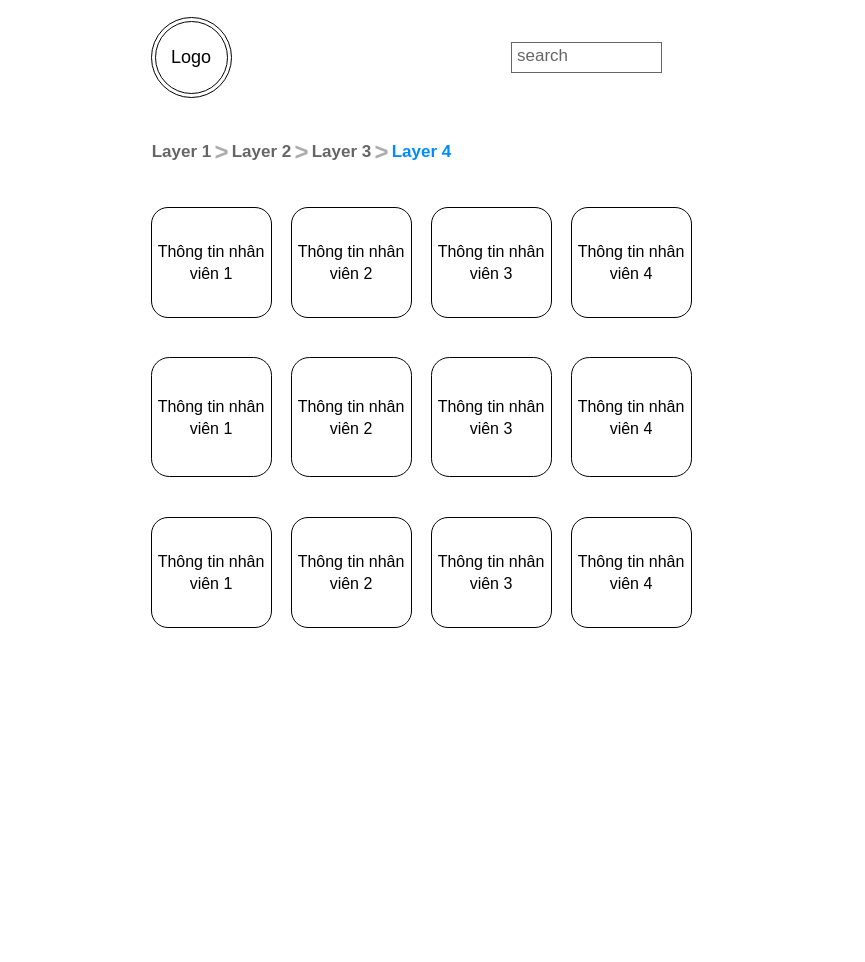
The draw.io diagram page "Page-1" (1 of 4) of src/product template.drawio in nguyenphuong13th/FUNIXReactJSASM1, before the edit. Source tidied: cells renumbered, new cells numbered last; positions are measured from the earlier drawing's top-left corner, leaving out a move shared by most shapes. Both pictures are drawn from the tidied source at 100%, with x=0, y=0 at pixel (151, 17).
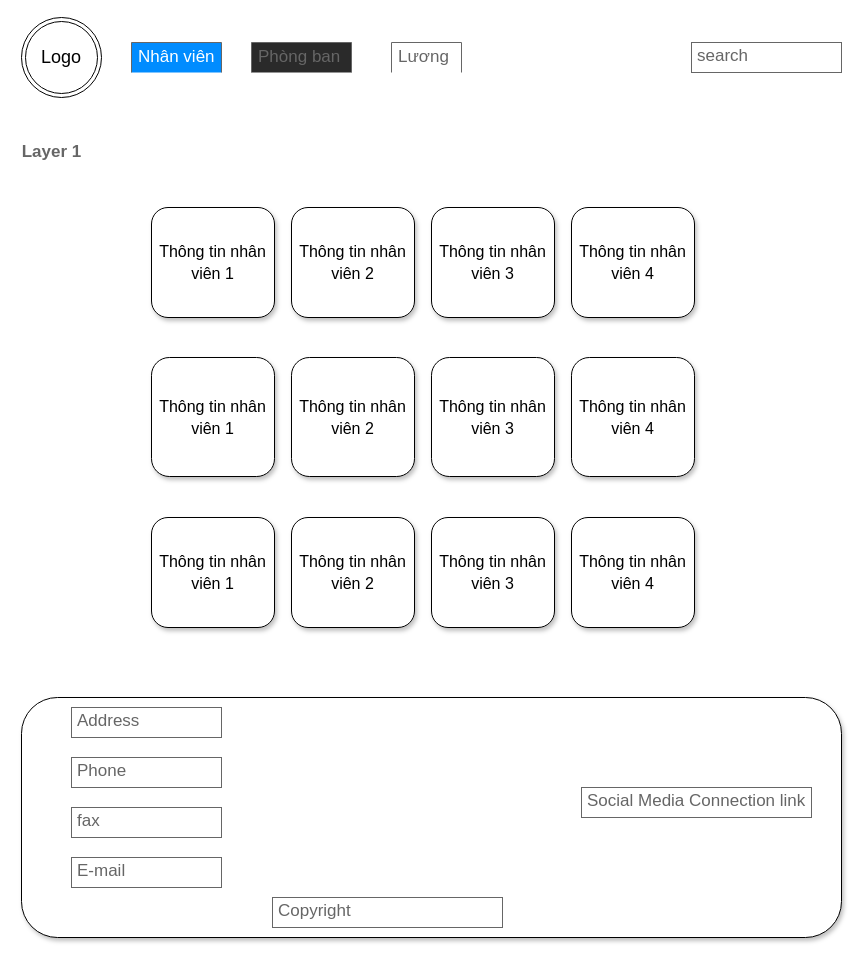
The same diagram, later.

Diff of the diagram source:
```diff
@@
     <mxCell id="2" value="&lt;font style=&quot;font-size: 18px&quot;&gt;Logo&lt;/font&gt;" style="ellipse;shape=doubleEllipse;whiteSpace=wrap;html=1;" parent="1" vertex="1">
-      <mxGeometry width="80" height="80" as="geometry" />
+      <mxGeometry x="-130" width="80" height="80" as="geometry" />
     </mxCell>
     <mxCell id="3" value="Layer 1" style="strokeWidth=1;shadow=0;dashed=0;align=center;html=1;shape=mxgraph.mockup.navigation.anchor;fontSize=17;fontColor=#666666;fontStyle=1;" parent="1" vertex="1">
-      <mxGeometry y="120" width="60" height="30" as="geometry" />
+      <mxGeometry x="-130" y="120" width="60" height="30" as="geometry" />
     </mxCell>
-    <mxCell id="4" value="&gt;" style="strokeWidth=1;shadow=0;dashed=0;align=center;html=1;shape=mxgraph.mockup.navigation.anchor;fontSize=24;fontColor=#aaaaaa;fontStyle=1;" parent="1" vertex="1">
-      <mxGeometry x="60" y="120" width="20" height="30" as="geometry" />
-    </mxCell>
-    <mxCell id="5" value="Layer 2" style="strokeWidth=1;shadow=0;dashed=0;align=center;html=1;shape=mxgraph.mockup.navigation.anchor;fontSize=17;fontColor=#666666;fontStyle=1;" parent="1" vertex="1">
-      <mxGeometry x="80" y="120" width="60" height="30" as="geometry" />
-    </mxCell>
-    <mxCell id="6" value="&gt;" style="strokeWidth=1;shadow=0;dashed=0;align=center;html=1;shape=mxgraph.mockup.navigation.anchor;fontSize=24;fontColor=#aaaaaa;fontStyle=1;" parent="1" vertex="1">
-      <mxGeometry x="140" y="120" width="20" height="30" as="geometry" />
-    </mxCell>
-    <mxCell id="7" value="Layer 3" style="strokeWidth=1;shadow=0;dashed=0;align=center;html=1;shape=mxgraph.mockup.navigation.anchor;fontSize=17;fontColor=#666666;fontStyle=1;" parent="1" vertex="1">
-      <mxGeometry x="160" y="120" width="60" height="30" as="geometry" />
-    </mxCell>
-    <mxCell id="8" value="&gt;" style="strokeWidth=1;shadow=0;dashed=0;align=center;html=1;shape=mxgraph.mockup.navigation.anchor;fontSize=24;fontColor=#aaaaaa;fontStyle=1;" parent="1" vertex="1">
-      <mxGeometry x="220" y="120" width="20" height="30" as="geometry" />
-    </mxCell>
-    <mxCell id="9" value="Layer 4" style="strokeWidth=1;shadow=0;dashed=0;align=center;html=1;shape=mxgraph.mockup.navigation.anchor;fontSize=17;fontColor=#008cff;fontStyle=1;" parent="1" vertex="1">
-      <mxGeometry x="240" y="120" width="60" height="30" as="geometry" />
-    </mxCell>
     <mxCell id="10" value="search" style="strokeWidth=1;shadow=0;dashed=0;align=center;html=1;shape=mxgraph.mockup.text.textBox;fontColor=#666666;align=left;fontSize=17;spacingLeft=4;spacingTop=-3;strokeColor=#666666;mainText=;" parent="1" vertex="1">
-      <mxGeometry x="360" y="25" width="150" height="30" as="geometry" />
+      <mxGeometry x="540" y="25" width="150" height="30" as="geometry" />
     </mxCell>
-    <mxCell id="11" value="&lt;font size=&quot;3&quot;&gt;Thông tin nhân viên 1&lt;/font&gt;" style="rounded=1;whiteSpace=wrap;html=1;fontSize=18;" parent="1" vertex="1">
-      <mxGeometry y="190" width="120" height="110" as="geometry" />
+    <mxCell id="11" value="&lt;font size=&quot;3&quot;&gt;Thông tin nhân viên 1&lt;/font&gt;" style="rounded=1;whiteSpace=wrap;html=1;fontSize=18;shadow=1;" parent="1" vertex="1">
+      <mxGeometry y="190" width="123" height="110" as="geometry" />
     </mxCell>
-    <mxCell id="12" value="&lt;font size=&quot;3&quot;&gt;Thông tin nhân viên 2&lt;/font&gt;" style="rounded=1;whiteSpace=wrap;html=1;fontSize=18;" parent="1" vertex="1">
-      <mxGeometry x="140" y="190" width="120" height="110" as="geometry" />
+    <mxCell id="12" value="&lt;font size=&quot;3&quot;&gt;Thông tin nhân viên 2&lt;/font&gt;" style="rounded=1;whiteSpace=wrap;html=1;fontSize=18;shadow=1;" parent="1" vertex="1">
+      <mxGeometry x="140" y="190" width="123" height="110" as="geometry" />
     </mxCell>
-    <mxCell id="13" value="&lt;font size=&quot;3&quot;&gt;Thông tin nhân viên 3&lt;/font&gt;" style="rounded=1;whiteSpace=wrap;html=1;fontSize=18;" parent="1" vertex="1">
-      <mxGeometry x="280" y="190" width="120" height="110" as="geometry" />
+    <mxCell id="13" value="&lt;font size=&quot;3&quot;&gt;Thông tin nhân viên 3&lt;/font&gt;" style="rounded=1;whiteSpace=wrap;html=1;fontSize=18;shadow=1;" parent="1" vertex="1">
+      <mxGeometry x="280" y="190" width="123" height="110" as="geometry" />
     </mxCell>
-    <mxCell id="14" value="&lt;font size=&quot;3&quot;&gt;Thông tin nhân viên 4&lt;/font&gt;" style="rounded=1;whiteSpace=wrap;html=1;fontSize=18;" parent="1" vertex="1">
-      <mxGeometry x="420" y="190" width="120" height="110" as="geometry" />
+    <mxCell id="14" value="&lt;font size=&quot;3&quot;&gt;Thông tin nhân viên 4&lt;/font&gt;" style="rounded=1;whiteSpace=wrap;html=1;fontSize=18;shadow=1;" parent="1" vertex="1">
+      <mxGeometry x="420" y="190" width="123" height="110" as="geometry" />
     </mxCell>
-    <mxCell id="15" value="&lt;font size=&quot;3&quot;&gt;Thông tin nhân viên 1&lt;/font&gt;" style="rounded=1;whiteSpace=wrap;html=1;fontSize=18;" parent="1" vertex="1">
-      <mxGeometry y="340" width="120" height="119" as="geometry" />
+    <mxCell id="15" value="&lt;font size=&quot;3&quot;&gt;Thông tin nhân viên 1&lt;/font&gt;" style="rounded=1;whiteSpace=wrap;html=1;fontSize=18;shadow=1;" parent="1" vertex="1">
+      <mxGeometry y="340" width="123" height="119" as="geometry" />
     </mxCell>
-    <mxCell id="16" value="&lt;font size=&quot;3&quot;&gt;Thông tin nhân viên 2&lt;/font&gt;" style="rounded=1;whiteSpace=wrap;html=1;fontSize=18;" parent="1" vertex="1">
-      <mxGeometry x="140" y="340" width="120" height="119" as="geometry" />
+    <mxCell id="16" value="&lt;font size=&quot;3&quot;&gt;Thông tin nhân viên 2&lt;/font&gt;" style="rounded=1;whiteSpace=wrap;html=1;fontSize=18;shadow=1;" parent="1" vertex="1">
+      <mxGeometry x="140" y="340" width="123" height="119" as="geometry" />
     </mxCell>
-    <mxCell id="17" value="&lt;font size=&quot;3&quot;&gt;Thông tin nhân viên 3&lt;/font&gt;" style="rounded=1;whiteSpace=wrap;html=1;fontSize=18;" parent="1" vertex="1">
-      <mxGeometry x="280" y="340" width="120" height="119" as="geometry" />
+    <mxCell id="17" value="&lt;font size=&quot;3&quot;&gt;Thông tin nhân viên 3&lt;/font&gt;" style="rounded=1;whiteSpace=wrap;html=1;fontSize=18;shadow=1;" parent="1" vertex="1">
+      <mxGeometry x="280" y="340" width="123" height="119" as="geometry" />
     </mxCell>
-    <mxCell id="18" value="&lt;font size=&quot;3&quot;&gt;Thông tin nhân viên 4&lt;/font&gt;" style="rounded=1;whiteSpace=wrap;html=1;fontSize=18;" parent="1" vertex="1">
-      <mxGeometry x="420" y="340" width="120" height="119" as="geometry" />
+    <mxCell id="18" value="&lt;font size=&quot;3&quot;&gt;Thông tin nhân viên 4&lt;/font&gt;" style="rounded=1;whiteSpace=wrap;html=1;fontSize=18;shadow=1;" parent="1" vertex="1">
+      <mxGeometry x="420" y="340" width="123" height="119" as="geometry" />
     </mxCell>
-    <mxCell id="19" value="&lt;font size=&quot;3&quot;&gt;Thông tin nhân viên 1&lt;/font&gt;" style="rounded=1;whiteSpace=wrap;html=1;fontSize=18;" parent="1" vertex="1">
-      <mxGeometry y="500" width="120" height="110" as="geometry" />
+    <mxCell id="19" value="&lt;font size=&quot;3&quot;&gt;Thông tin nhân viên 1&lt;/font&gt;" style="rounded=1;whiteSpace=wrap;html=1;fontSize=18;shadow=1;" parent="1" vertex="1">
+      <mxGeometry y="500" width="123" height="110" as="geometry" />
     </mxCell>
-    <mxCell id="20" value="&lt;font size=&quot;3&quot;&gt;Thông tin nhân viên 2&lt;/font&gt;" style="rounded=1;whiteSpace=wrap;html=1;fontSize=18;" parent="1" vertex="1">
-      <mxGeometry x="140" y="500" width="120" height="110" as="geometry" />
+    <mxCell id="20" value="&lt;font size=&quot;3&quot;&gt;Thông tin nhân viên 2&lt;/font&gt;" style="rounded=1;whiteSpace=wrap;html=1;fontSize=18;shadow=1;" parent="1" vertex="1">
+      <mxGeometry x="140" y="500" width="123" height="110" as="geometry" />
     </mxCell>
-    <mxCell id="21" value="&lt;font size=&quot;3&quot;&gt;Thông tin nhân viên 3&lt;/font&gt;" style="rounded=1;whiteSpace=wrap;html=1;fontSize=18;" parent="1" vertex="1">
-      <mxGeometry x="280" y="500" width="120" height="110" as="geometry" />
+    <mxCell id="21" value="&lt;font size=&quot;3&quot;&gt;Thông tin nhân viên 3&lt;/font&gt;" style="rounded=1;whiteSpace=wrap;html=1;fontSize=18;shadow=1;" parent="1" vertex="1">
+      <mxGeometry x="280" y="500" width="123" height="110" as="geometry" />
     </mxCell>
-    <mxCell id="22" value="&lt;font size=&quot;3&quot;&gt;Thông tin nhân viên 4&lt;/font&gt;" style="rounded=1;whiteSpace=wrap;html=1;fontSize=18;" parent="1" vertex="1">
-      <mxGeometry x="420" y="500" width="120" height="110" as="geometry" />
+    <mxCell id="22" value="&lt;font size=&quot;3&quot;&gt;Thông tin nhân viên 4&lt;/font&gt;" style="rounded=1;whiteSpace=wrap;html=1;fontSize=18;shadow=1;" parent="1" vertex="1">
+      <mxGeometry x="420" y="500" width="123" height="110" as="geometry" />
     </mxCell>
+    <mxCell id="23" value="Nhân viên" style="strokeWidth=1;shadow=0;dashed=0;align=center;html=1;shape=mxgraph.mockup.forms.uRect;fontSize=17;fontColor=#FFFFFF;align=left;spacingLeft=5;strokeColor=#666666;fillColor=#008CFF;" parent="1" vertex="1">
+      <mxGeometry x="-20" y="25" width="90" height="30" as="geometry" />
+    </mxCell>
+    <mxCell id="24" value="Phòng ban" style="strokeWidth=1;shadow=0;dashed=0;align=center;html=1;shape=mxgraph.mockup.forms.uRect;fontSize=17;fontColor=#666666;align=left;spacingLeft=5;strokeColor=#666666;fillColor=#2A2A2A;" parent="1" vertex="1">
+      <mxGeometry x="100" y="25" width="100" height="30" as="geometry" />
+    </mxCell>
+    <mxCell id="25" value="Lương" style="strokeWidth=1;shadow=0;dashed=0;align=center;html=1;shape=mxgraph.mockup.forms.uRect;fontSize=17;fontColor=#666666;align=left;spacingLeft=5;strokeColor=#666666;" parent="1" vertex="1">
+      <mxGeometry x="240" y="25" width="70" height="30" as="geometry" />
+    </mxCell>
+    <mxCell id="26" style="rounded=1;whiteSpace=wrap;html=1;shadow=1;align=left;" parent="1" vertex="1">
+      <mxGeometry x="-130" y="680" width="820" height="240" as="geometry" />
+    </mxCell>
+    <mxCell id="27" value="Address" style="strokeWidth=1;shadow=0;dashed=0;align=center;html=1;shape=mxgraph.mockup.text.textBox;fontColor=#666666;align=left;fontSize=17;spacingLeft=4;spacingTop=-3;strokeColor=#666666;mainText=;" parent="1" vertex="1">
+      <mxGeometry x="-80" y="690" width="150" height="30" as="geometry" />
+    </mxCell>
+    <mxCell id="28" value="Phone" style="strokeWidth=1;shadow=0;dashed=0;align=center;html=1;shape=mxgraph.mockup.text.textBox;fontColor=#666666;align=left;fontSize=17;spacingLeft=4;spacingTop=-3;strokeColor=#666666;mainText=;" parent="1" vertex="1">
+      <mxGeometry x="-80" y="740" width="150" height="30" as="geometry" />
+    </mxCell>
+    <mxCell id="29" value="fax" style="strokeWidth=1;shadow=0;dashed=0;align=center;html=1;shape=mxgraph.mockup.text.textBox;fontColor=#666666;align=left;fontSize=17;spacingLeft=4;spacingTop=-3;strokeColor=#666666;mainText=;" parent="1" vertex="1">
+      <mxGeometry x="-80" y="790" width="150" height="30" as="geometry" />
+    </mxCell>
+    <mxCell id="30" value="E-mail" style="strokeWidth=1;shadow=0;dashed=0;align=center;html=1;shape=mxgraph.mockup.text.textBox;fontColor=#666666;align=left;fontSize=17;spacingLeft=4;spacingTop=-3;strokeColor=#666666;mainText=;" parent="1" vertex="1">
+      <mxGeometry x="-80" y="840" width="150" height="30" as="geometry" />
+    </mxCell>
+    <mxCell id="31" value="Social Media Connection link" style="strokeWidth=1;shadow=0;dashed=0;align=center;html=1;shape=mxgraph.mockup.text.textBox;fontColor=#666666;align=left;fontSize=17;spacingLeft=4;spacingTop=-3;strokeColor=#666666;mainText=;" parent="1" vertex="1">
+      <mxGeometry x="430" y="770" width="230" height="30" as="geometry" />
+    </mxCell>
+    <mxCell id="32" value="Copyright" style="strokeWidth=1;shadow=0;dashed=0;align=center;html=1;shape=mxgraph.mockup.text.textBox;fontColor=#666666;align=left;fontSize=17;spacingLeft=4;spacingTop=-3;strokeColor=#666666;mainText=;" parent="1" vertex="1">
+      <mxGeometry x="121" y="880" width="230" height="30" as="geometry" />
+    </mxCell>
```
